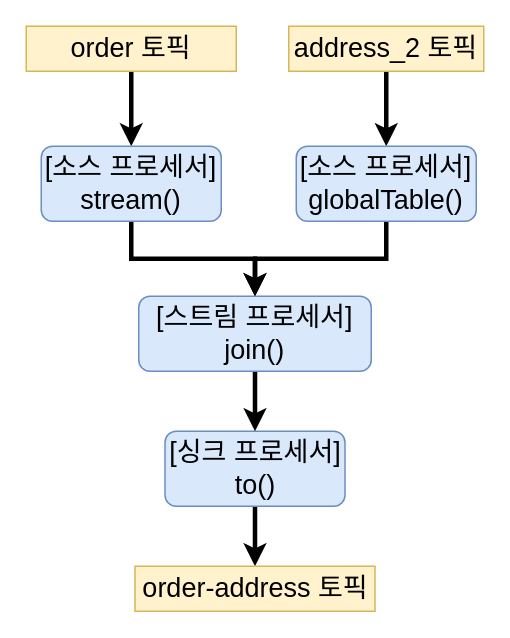
Before: drawio/kafka/kafka-streams-dsl-8.drawio in windowforsun/blog, a draw.io diagram. Source tidied: cells renumbered, new cells numbered last; positions are measured from the earlier drawing's top-left corner, leaving out a move shared by most shapes. Both pictures are drawn from the tidied source at 150%, with x=0, y=0 at pixel (26, 26).
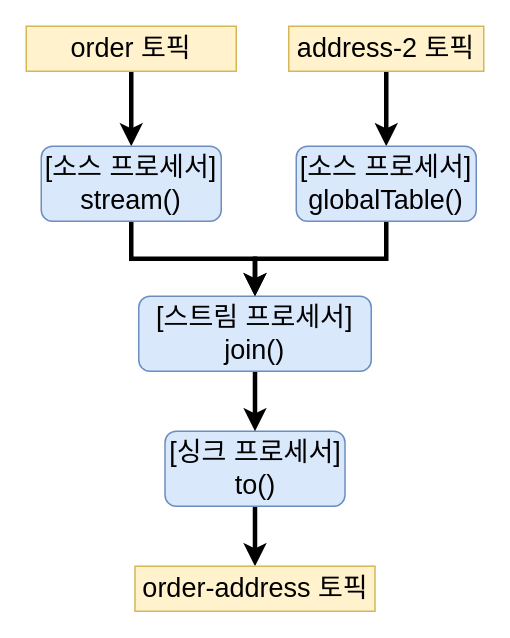
The same diagram, later.

Change to the diagram source:
```diff
@@
 <mxGraphModel>
   <root>
     <mxCell id="0" />
     <mxCell id="1" parent="0" />
     <mxCell id="2" style="edgeStyle=orthogonalEdgeStyle;rounded=0;jettySize=auto;html=1;exitX=0.5;exitY=1;exitDx=0;exitDy=0;entryX=0.5;entryY=0;entryDx=0;entryDy=0;fontSize=18;strokeWidth=3;" parent="1" edge="1" source="3" target="5">
       <mxGeometry relative="1" as="geometry" />
     </mxCell>
     <mxCell id="3" value="&lt;font style=&quot;font-size: 18px;&quot;&gt;order 토픽&lt;/font&gt;" style="rounded=0;whiteSpace=wrap;html=1;fillColor=#fff2cc;strokeColor=#d6b656;" parent="1" vertex="1">
       <mxGeometry width="140" height="30" as="geometry" />
     </mxCell>
     <mxCell id="4" style="edgeStyle=orthogonalEdgeStyle;rounded=0;jettySize=auto;html=1;exitX=0.5;exitY=1;exitDx=0;exitDy=0;strokeWidth=3;fontSize=18;entryX=0.5;entryY=0;entryDx=0;entryDy=0;" parent="1" edge="1" source="5" target="10">
       <mxGeometry relative="1" as="geometry" />
     </mxCell>
     <mxCell id="5" value="[소스 프로세서]&lt;br&gt;stream()" style="rounded=1;whiteSpace=wrap;html=1;fontSize=18;fillColor=#dae8fc;strokeColor=#6c8ebf;" parent="1" vertex="1">
       <mxGeometry x="10" y="80" width="120" height="50" as="geometry" />
     </mxCell>
     <mxCell id="6" style="edgeStyle=orthogonalEdgeStyle;rounded=0;jettySize=auto;html=1;exitX=0.5;exitY=1;exitDx=0;exitDy=0;entryX=0.5;entryY=0;entryDx=0;entryDy=0;strokeWidth=3;fontSize=18;" parent="1" edge="1" source="7" target="8">
       <mxGeometry relative="1" as="geometry" />
     </mxCell>
     <mxCell id="7" value="[싱크 프로세서]&lt;br&gt;to()" style="rounded=1;whiteSpace=wrap;html=1;fontSize=18;fillColor=#dae8fc;strokeColor=#6c8ebf;" parent="1" vertex="1">
       <mxGeometry x="92.5" y="270" width="120" height="50" as="geometry" />
     </mxCell>
     <mxCell id="8" value="&lt;font style=&quot;font-size: 18px;&quot;&gt;order-address 토픽&lt;/font&gt;" style="rounded=0;whiteSpace=wrap;html=1;fillColor=#fff2cc;strokeColor=#d6b656;" parent="1" vertex="1">
       <mxGeometry x="72.5" y="360" width="160" height="30" as="geometry" />
     </mxCell>
     <mxCell id="9" style="edgeStyle=orthogonalEdgeStyle;rounded=0;jettySize=auto;html=1;exitX=0.5;exitY=1;exitDx=0;exitDy=0;entryX=0.5;entryY=0;entryDx=0;entryDy=0;strokeWidth=3;" parent="1" edge="1" source="10" target="7">
       <mxGeometry relative="1" as="geometry" />
     </mxCell>
     <mxCell id="10" value="[스트림 프로세서]&lt;br&gt;join()" style="rounded=1;whiteSpace=wrap;html=1;fontSize=18;fillColor=#dae8fc;strokeColor=#6c8ebf;" parent="1" vertex="1">
       <mxGeometry x="75" y="180" width="155" height="50" as="geometry" />
     </mxCell>
     <mxCell id="11" style="edgeStyle=orthogonalEdgeStyle;rounded=0;jettySize=auto;html=1;exitX=0.5;exitY=1;exitDx=0;exitDy=0;entryX=0.5;entryY=0;entryDx=0;entryDy=0;strokeWidth=3;" parent="1" edge="1" source="12" target="14">
       <mxGeometry relative="1" as="geometry" />
     </mxCell>
-    <mxCell id="12" value="&lt;font style=&quot;font-size: 18px;&quot;&gt;address_2 토픽&lt;/font&gt;" style="rounded=0;whiteSpace=wrap;html=1;fillColor=#fff2cc;strokeColor=#d6b656;" parent="1" vertex="1">
+    <mxCell id="12" value="&lt;font style=&quot;font-size: 18px;&quot;&gt;address-2 토픽&lt;/font&gt;" style="rounded=0;whiteSpace=wrap;html=1;fillColor=#fff2cc;strokeColor=#d6b656;" parent="1" vertex="1">
       <mxGeometry x="175" width="130" height="30" as="geometry" />
     </mxCell>
     <mxCell id="13" style="edgeStyle=orthogonalEdgeStyle;rounded=0;jettySize=auto;html=1;exitX=0.5;exitY=1;exitDx=0;exitDy=0;entryX=0.5;entryY=0;entryDx=0;entryDy=0;strokeWidth=3;" parent="1" edge="1" source="14" target="10">
       <mxGeometry relative="1" as="geometry" />
     </mxCell>
     <mxCell id="14" value="[소스 프로세서]&lt;br&gt;globalTable()" style="rounded=1;whiteSpace=wrap;html=1;fontSize=18;fillColor=#dae8fc;strokeColor=#6c8ebf;" parent="1" vertex="1">
       <mxGeometry x="180" y="80" width="120" height="50" as="geometry" />
     </mxCell>
   </root>
 </mxGraphModel>
```
